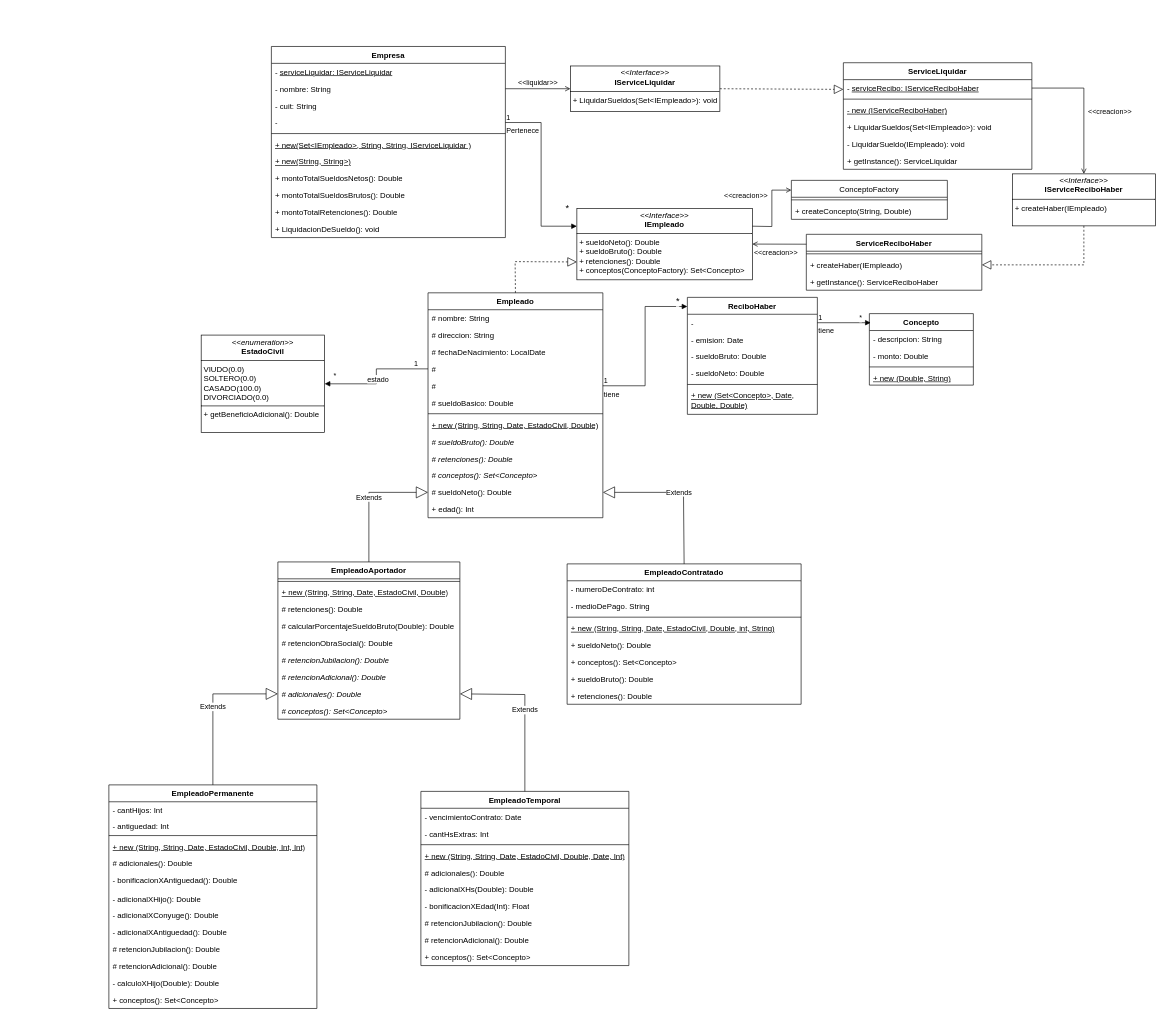
tomasmendoza-unq/objetos2 keeps this draw.io diagram as TP-2/tp-02.drawio. Above is the earlier version. Source tidied: cells renumbered, new cells numbered last; positions are measured from the earlier drawing's top-left corner, leaving out a move shared by most shapes. Both pictures are drawn from the tidied source at 65%, with x=0, y=0 at pixel (11, 46).
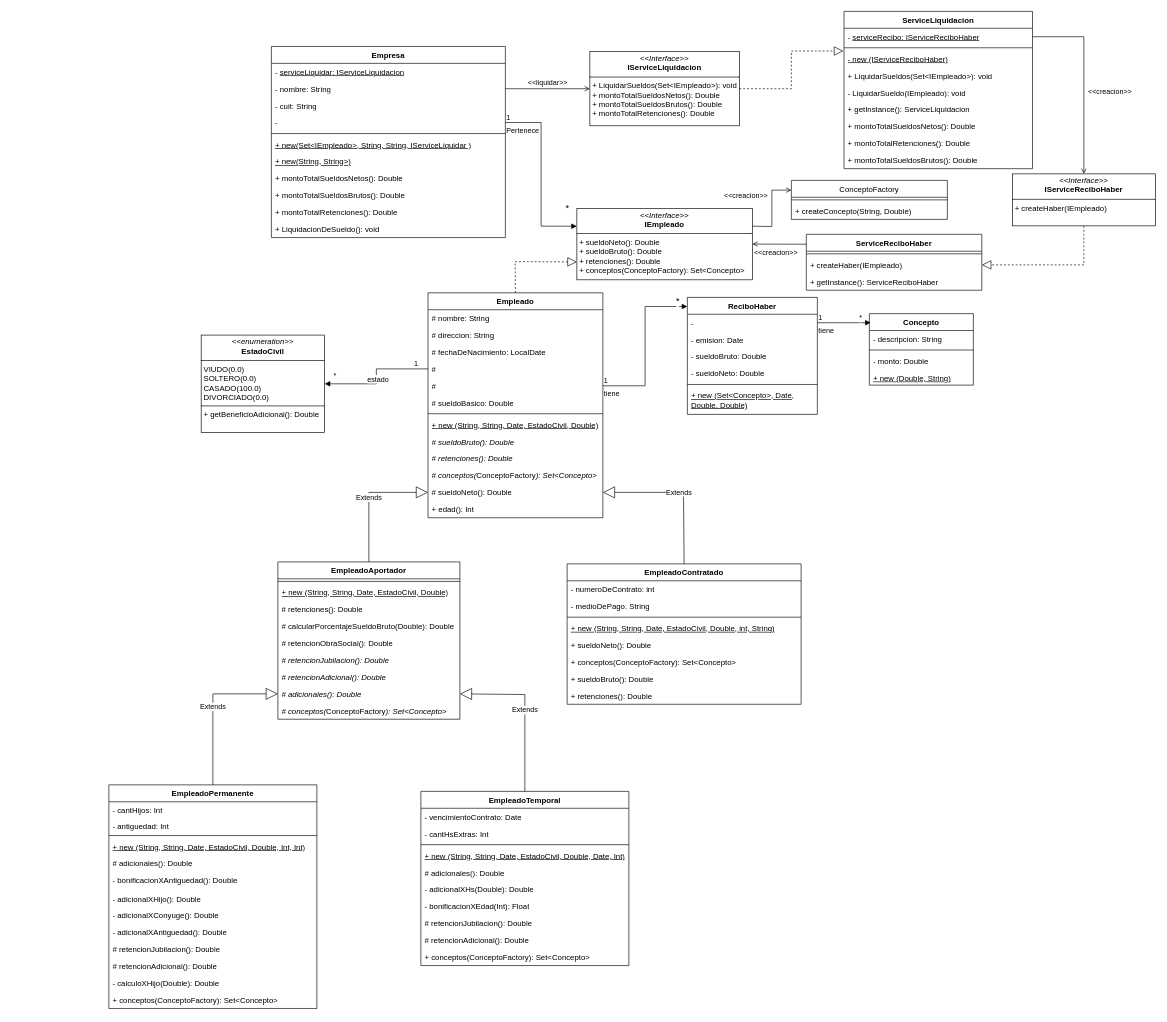
After the change.

The change refers to these unchanged cells:
```xml
<mxCell id="2" value="Empleado" style="swimlane;fontStyle=1;align=center;verticalAlign=top;horizontal=1;startSize=26;whiteSpace=wrap;html=1;" parent="1" vertex="1">
  <mxGeometry x="641" y="379" width="269" height="346" as="geometry" />
</mxCell>
<mxCell id="16" value="EmpleadoTemporal" style="swimlane;fontStyle=1;align=center;verticalAlign=top;horizontal=1;startSize=26;whiteSpace=wrap;html=1;" parent="1" vertex="1">
  <mxGeometry x="630" y="1146" width="320" height="268" as="geometry" />
</mxCell>
<mxCell id="27" value="EmpleadoPermanente" style="swimlane;fontStyle=1;align=center;verticalAlign=top;horizontal=1;startSize=26;whiteSpace=wrap;html=1;" parent="1" vertex="1">
  <mxGeometry x="150" y="1136" width="320" height="344" as="geometry" />
</mxCell>
<mxCell id="41" value="Empresa" style="swimlane;fontStyle=1;align=center;verticalAlign=top;horizontal=1;startSize=26;whiteSpace=wrap;html=1;" parent="1" vertex="1">
  <mxGeometry x="400" width="360" height="294" as="geometry" />
</mxCell>
<mxCell id="60" value="Concepto" style="swimlane;fontStyle=1;align=center;verticalAlign=top;horizontal=1;startSize=26;whiteSpace=wrap;html=1;" parent="1" vertex="1">
  <mxGeometry x="1320" y="411" width="160" height="110" as="geometry" />
</mxCell>
<mxCell id="71" value="EmpleadoContratado" style="swimlane;fontStyle=1;align=center;verticalAlign=top;horizontal=1;startSize=26;whiteSpace=wrap;html=1;" parent="1" vertex="1">
  <mxGeometry x="855" y="796" width="360" height="216" as="geometry" />
</mxCell>
<mxCell id="85" value="EmpleadoAportador" style="swimlane;fontStyle=1;align=center;verticalAlign=top;horizontal=1;startSize=26;whiteSpace=wrap;html=1;" parent="1" vertex="1">
  <mxGeometry x="410" y="793" width="280" height="242" as="geometry" />
</mxCell>
<mxCell id="101" value="- &lt;u&gt;serviceRecibo: IServiceReciboHaber&lt;/u&gt;" style="text;strokeColor=none;fillColor=none;align=left;verticalAlign=top;spacingLeft=4;spacingRight=4;overflow=hidden;points=[[0,0.5],[1,0.5]];portConstraint=eastwest;whiteSpace=wrap;html=1;" parent="100" vertex="1">
  <mxGeometry y="26" width="290" height="26" as="geometry" />
</mxCell>
<mxCell id="108" value="&lt;p style=&quot;margin:0px;margin-top:4px;text-align:center;&quot;&gt;&lt;i&gt;&amp;lt;&amp;lt;Interface&amp;gt;&amp;gt;&lt;/i&gt;&lt;br&gt;&lt;b&gt;IServiceReciboHaber&lt;/b&gt;&lt;/p&gt;&lt;hr size=&quot;1&quot; style=&quot;border-style:solid;&quot;&gt;&lt;p style=&quot;margin:0px;margin-left:4px;&quot;&gt;+ createHaber(IEmpleado)&lt;/p&gt;" style="verticalAlign=top;align=left;overflow=fill;html=1;whiteSpace=wrap;" parent="1" vertex="1">
  <mxGeometry x="1540" y="196" width="220" height="80" as="geometry" />
</mxCell>
```

Change to the diagram source:
```diff
@@
-    <mxCell id="13" value="&lt;i&gt;# conceptos(): Set&amp;lt;Concepto&amp;gt;&lt;/i&gt;" style="text;strokeColor=none;fillColor=none;align=left;verticalAlign=top;spacingLeft=4;spacingRight=4;overflow=hidden;whiteSpace=wrap;html=1;" parent="2" vertex="1">
+    <mxCell id="13" value="&lt;i&gt;# conceptos(&lt;/i&gt;ConceptoFactory&lt;i&gt;): Set&amp;lt;Concepto&amp;gt;&lt;/i&gt;" style="text;strokeColor=none;fillColor=none;align=left;verticalAlign=top;spacingLeft=4;spacingRight=4;overflow=hidden;whiteSpace=wrap;html=1;" parent="2" vertex="1">
       <mxGeometry y="268" width="269" height="26" as="geometry" />
     </mxCell>
@@
-    <mxCell id="26" value="+ conceptos(): Set&amp;lt;Concepto&amp;gt;" style="text;strokeColor=none;fillColor=none;align=left;verticalAlign=top;spacingLeft=4;spacingRight=4;overflow=hidden;whiteSpace=wrap;html=1;" parent="16" vertex="1">
+    <mxCell id="26" value="+ conceptos(ConceptoFactory): Set&amp;lt;Concepto&amp;gt;" style="text;strokeColor=none;fillColor=none;align=left;verticalAlign=top;spacingLeft=4;spacingRight=4;overflow=hidden;whiteSpace=wrap;html=1;" parent="16" vertex="1">
       <mxGeometry y="242" width="320" height="26" as="geometry" />
     </mxCell>
@@
-    <mxCell id="40" value="+ conceptos(): Set&amp;lt;Concepto&amp;gt;" style="text;strokeColor=none;fillColor=none;align=left;verticalAlign=top;spacingLeft=4;spacingRight=4;overflow=hidden;whiteSpace=wrap;html=1;" parent="27" vertex="1">
+    <mxCell id="40" value="+ conceptos(ConceptoFactory): Set&amp;lt;Concepto&amp;gt;" style="text;strokeColor=none;fillColor=none;align=left;verticalAlign=top;spacingLeft=4;spacingRight=4;overflow=hidden;whiteSpace=wrap;html=1;" parent="27" vertex="1">
       <mxGeometry y="318" width="320" height="26" as="geometry" />
     </mxCell>
@@
-    <mxCell id="42" value="- &lt;u&gt;serviceLiquidar: IServiceLiquidar&lt;/u&gt;" style="text;strokeColor=none;fillColor=none;align=left;verticalAlign=top;spacingLeft=4;spacingRight=4;overflow=hidden;whiteSpace=wrap;html=1;" parent="41" vertex="1">
+    <mxCell id="42" value="- &lt;u&gt;serviceLiquidar: IServiceLiquidacion&lt;/u&gt;" style="text;strokeColor=none;fillColor=none;align=left;verticalAlign=top;spacingLeft=4;spacingRight=4;overflow=hidden;whiteSpace=wrap;html=1;" parent="41" vertex="1">
       <mxGeometry y="26" width="360" height="26" as="geometry" />
     </mxCell>
@@
+    <mxCell id="63" style="line;strokeWidth=1;fillColor=none;align=left;verticalAlign=middle;spacingTop=-1;spacingLeft=3;spacingRight=3;labelPosition=right;strokeColor=inherit;" parent="60" vertex="1">
+      <mxGeometry y="52" width="160" height="8" as="geometry" />
+    </mxCell>
     <mxCell id="62" value="- monto: Double" style="text;strokeColor=none;fillColor=none;align=left;verticalAlign=top;spacingLeft=4;spacingRight=4;overflow=hidden;whiteSpace=wrap;html=1;" parent="60" vertex="1">
-      <mxGeometry y="52" width="160" height="26" as="geometry" />
+      <mxGeometry y="60" width="160" height="26" as="geometry" />
     </mxCell>
-    <mxCell id="63" style="line;strokeWidth=1;fillColor=none;align=left;verticalAlign=middle;spacingTop=-1;spacingLeft=3;spacingRight=3;labelPosition=right;strokeColor=inherit;" parent="60" vertex="1">
-      <mxGeometry y="78" width="160" height="8" as="geometry" />
-    </mxCell>
@@
-    <mxCell id="77" value="+ conceptos(): Set&amp;lt;Concepto&amp;gt;" style="text;strokeColor=none;fillColor=none;align=left;verticalAlign=top;spacingLeft=4;spacingRight=4;overflow=hidden;whiteSpace=wrap;html=1;" parent="71" vertex="1">
+    <mxCell id="77" value="+ conceptos(ConceptoFactory): Set&amp;lt;Concepto&amp;gt;" style="text;strokeColor=none;fillColor=none;align=left;verticalAlign=top;spacingLeft=4;spacingRight=4;overflow=hidden;whiteSpace=wrap;html=1;" parent="71" vertex="1">
       <mxGeometry y="138" width="360" height="26" as="geometry" />
     </mxCell>
@@
-    <mxCell id="94" value="&lt;i&gt;# conceptos(): Set&amp;lt;Concepto&amp;gt;&lt;/i&gt;" style="text;strokeColor=none;fillColor=none;align=left;verticalAlign=top;spacingLeft=4;spacingRight=4;overflow=hidden;whiteSpace=wrap;html=1;" parent="85" vertex="1">
+    <mxCell id="94" value="&lt;i&gt;# conceptos(&lt;/i&gt;ConceptoFactory&lt;i&gt;): Set&amp;lt;Concepto&amp;gt;&lt;/i&gt;" style="text;strokeColor=none;fillColor=none;align=left;verticalAlign=top;spacingLeft=4;spacingRight=4;overflow=hidden;whiteSpace=wrap;html=1;" parent="85" vertex="1">
       <mxGeometry y="216" width="280" height="26" as="geometry" />
     </mxCell>
@@
-    <mxCell id="98" value="&lt;p style=&quot;margin:0px;margin-top:4px;text-align:center;&quot;&gt;&lt;i&gt;&amp;lt;&amp;lt;Interface&amp;gt;&amp;gt;&lt;/i&gt;&lt;br&gt;&lt;b&gt;IServiceLiquidar&lt;/b&gt;&lt;/p&gt;&lt;hr size=&quot;1&quot; style=&quot;border-style:solid;&quot;&gt;&lt;p style=&quot;margin:0px;margin-left:4px;&quot;&gt;+ LiquidarSueldos(Set&amp;lt;IEmpleado&amp;gt;): void&lt;/p&gt;" style="verticalAlign=top;align=left;overflow=fill;html=1;whiteSpace=wrap;" parent="1" vertex="1">
-      <mxGeometry x="860" y="30" width="230" height="70" as="geometry" />
+    <mxCell id="98" value="&lt;p style=&quot;margin:0px;margin-top:4px;text-align:center;&quot;&gt;&lt;i&gt;&amp;lt;&amp;lt;Interface&amp;gt;&amp;gt;&lt;/i&gt;&lt;br&gt;&lt;b&gt;IServiceLiquidacion&lt;/b&gt;&lt;/p&gt;&lt;hr size=&quot;1&quot; style=&quot;border-style:solid;&quot;&gt;&lt;p style=&quot;margin:0px;margin-left:4px;&quot;&gt;+ LiquidarSueldos(Set&amp;lt;IEmpleado&amp;gt;): void&lt;/p&gt;&lt;p style=&quot;margin:0px;margin-left:4px;&quot;&gt;+ montoTotalSueldosNetos(): Double&lt;/p&gt;&lt;p style=&quot;margin:0px;margin-left:4px;&quot;&gt;+ montoTotalSueldosBrutos(): Double&lt;/p&gt;&lt;p style=&quot;margin:0px;margin-left:4px;&quot;&gt;+ montoTotalRetenciones(): Double&lt;/p&gt;" style="verticalAlign=top;align=left;overflow=fill;html=1;whiteSpace=wrap;" parent="1" vertex="1">
+      <mxGeometry x="890" y="8" width="230" height="114" as="geometry" />
     </mxCell>
@@
-    <mxCell id="100" value="ServiceLiquidar" style="swimlane;fontStyle=1;align=center;verticalAlign=top;horizontal=1;startSize=26;whiteSpace=wrap;html=1;" parent="1" vertex="1">
-      <mxGeometry x="1280" y="25" width="290" height="164" as="geometry" />
+    <mxCell id="100" value="ServiceLiquidacion" style="swimlane;fontStyle=1;align=center;verticalAlign=top;horizontal=1;startSize=26;whiteSpace=wrap;html=1;" parent="1" vertex="1">
+      <mxGeometry x="1281" y="-54" width="290" height="242" as="geometry" />
     </mxCell>
@@
-    <mxCell id="106" value="+ getInstance(): ServiceLiquidar" style="text;strokeColor=none;fillColor=none;align=left;verticalAlign=top;spacingLeft=4;spacingRight=4;overflow=hidden;whiteSpace=wrap;html=1;" parent="100" vertex="1">
+    <mxCell id="106" value="+ getInstance(): ServiceLiquidacion" style="text;strokeColor=none;fillColor=none;align=left;verticalAlign=top;spacingLeft=4;spacingRight=4;overflow=hidden;whiteSpace=wrap;html=1;" parent="100" vertex="1">
       <mxGeometry y="138" width="290" height="26" as="geometry" />
     </mxCell>
+    <mxCell id="126" value="+ montoTotalSueldosNetos(): Double" style="text;strokeColor=none;fillColor=none;align=left;verticalAlign=top;spacingLeft=4;spacingRight=4;overflow=hidden;whiteSpace=wrap;html=1;" parent="100" vertex="1">
+      <mxGeometry y="164" width="290" height="26" as="geometry" />
+    </mxCell>
+    <mxCell id="127" value="+ montoTotalRetenciones(): Double" style="text;strokeColor=none;fillColor=none;align=left;verticalAlign=top;spacingLeft=4;spacingRight=4;overflow=hidden;whiteSpace=wrap;html=1;" parent="100" vertex="1">
+      <mxGeometry y="190" width="290" height="26" as="geometry" />
+    </mxCell>
+    <mxCell id="128" value="+ montoTotalSueldosBrutos(): Double" style="text;strokeColor=none;fillColor=none;align=left;verticalAlign=top;spacingLeft=4;spacingRight=4;overflow=hidden;whiteSpace=wrap;html=1;" parent="100" vertex="1">
+      <mxGeometry y="216" width="290" height="26" as="geometry" />
+    </mxCell>
-    <mxCell id="107" style="endArrow=block;dashed=1;endFill=0;endSize=12;html=1;rounded=0;exitX=1;exitY=0.5;exitDx=0;exitDy=0;entryX=0;entryY=0.25;entryDx=0;entryDy=0;" parent="1" edge="1" source="98" target="100">
-      <mxGeometry relative="1" as="geometry" />
+    <mxCell id="107" style="endArrow=block;dashed=1;endFill=0;endSize=12;html=1;rounded=0;exitX=1;exitY=0.5;exitDx=0;exitDy=0;" parent="1" edge="1" source="98">
+      <mxGeometry relative="1" as="geometry">
+        <mxPoint x="1280" y="7" as="targetPoint" />
+        <Array as="points">
+          <mxPoint x="1200" y="65" />
+          <mxPoint x="1200" y="7" />
+        </Array>
+      </mxGeometry>
     </mxCell>
@@
     <mxCell id="109" value="&amp;lt;&amp;lt;creacion&amp;gt;&amp;gt;" style="html=1;verticalAlign=bottom;labelBackgroundColor=none;endArrow=open;endFill=0;rounded=0;entryX=0.5;entryY=0;entryDx=0;entryDy=0;exitX=1;exitY=0.5;exitDx=0;exitDy=0;" parent="1" edge="1" source="101" target="108">
       <mxGeometry x="0.19" y="40" relative="1" as="geometry">
         <Array as="points">
+          <mxPoint x="1650" y="-15" />
           <mxPoint x="1650" y="64" />
         </Array>
       </mxGeometry>
     </mxCell>
```
